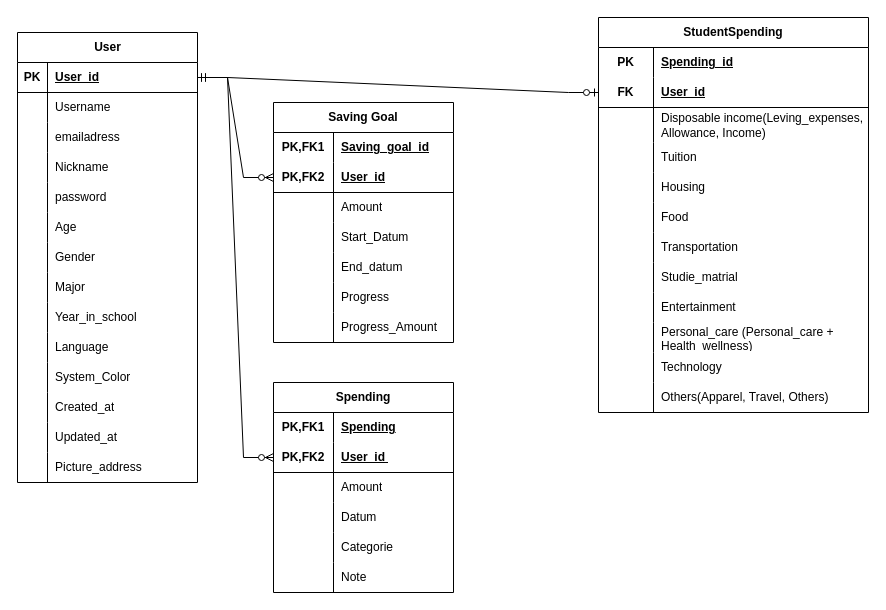
Above: ER Diagram.drawio in Yihui-Peng/EasySave (draw.io), before the change. Source tidied: cells renumbered, new cells numbered last; positions are measured from the earlier drawing's top-left corner, leaving out a move shared by most shapes. Both pictures are drawn from the tidied source at 100%, with x=0, y=0 at pixel (17, 17).
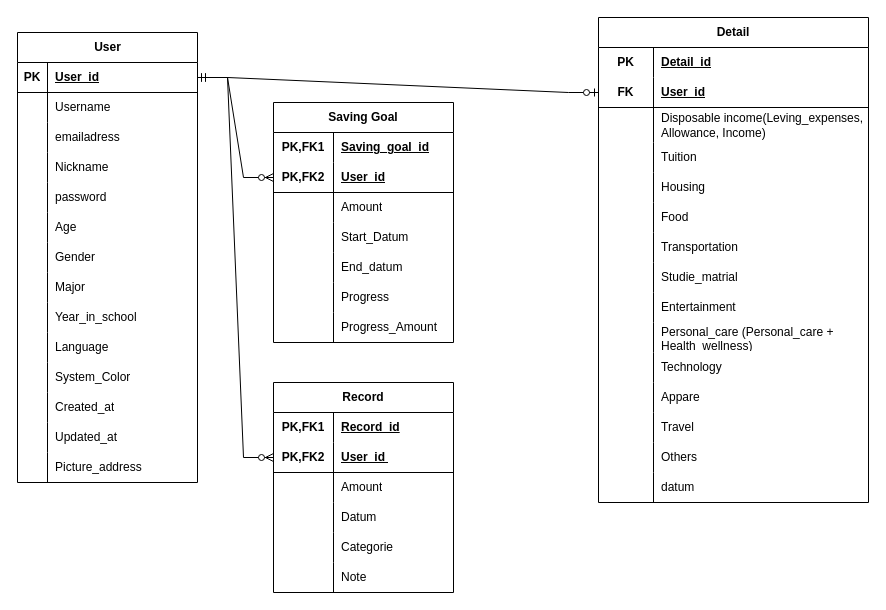
The same diagram, later.

The change refers to these unchanged cells:
```xml
<mxCell id="46" style="shape=tableRow;horizontal=0;startSize=0;swimlaneHead=0;swimlaneBody=0;fillColor=none;top=0;left=0;right=0;bottom=0;html=1;" parent="45" vertex="1">
  <mxGeometry y="30" width="270" height="30" as="geometry" />
</mxCell>
<mxCell id="84" style="shape=tableRow;horizontal=0;startSize=0;swimlaneHead=0;swimlaneBody=0;fillColor=none;top=0;left=0;right=0;bottom=0;html=1;" parent="83" vertex="1">
  <mxGeometry y="30" width="180" height="30" as="geometry" />
</mxCell>
```

What changed in the source:
```diff
@@
-    <mxCell id="45" value="StudentSpending" style="shape=table;startSize=30;childLayout=tableLayout;rowLines=0;fontStyle=1;align=center;html=1;whiteSpace=wrap;" parent="1" vertex="1">
-      <mxGeometry x="581" width="270" height="395" as="geometry" />
+    <mxCell id="45" value="Detail" style="shape=table;startSize=30;childLayout=tableLayout;rowLines=0;fontStyle=1;align=center;html=1;whiteSpace=wrap;" parent="1" vertex="1">
+      <mxGeometry x="581" width="270" height="485" as="geometry" />
     </mxCell>
@@
-    <mxCell id="48" value="Spending_id" style="shape=partialRectangle;fillColor=none;top=0;left=0;bottom=0;right=0;align=left;spacingLeft=6;fontStyle=5;overflow=hidden;html=1;whiteSpace=wrap;" parent="46" vertex="1">
+    <mxCell id="48" value="Detail_id" style="shape=partialRectangle;fillColor=none;top=0;left=0;bottom=0;right=0;align=left;spacingLeft=6;fontStyle=5;overflow=hidden;html=1;whiteSpace=wrap;" parent="46" vertex="1">
       <mxGeometry x="55" width="215" height="30" as="geometry" />
     </mxCell>
@@
+    <mxCell id="126" style="shape=tableRow;horizontal=0;startSize=0;swimlaneHead=0;swimlaneBody=0;fillColor=none;top=0;left=0;right=0;bottom=0;html=1;" parent="45" vertex="1">
+      <mxGeometry y="365" width="270" height="30" as="geometry" />
+    </mxCell>
+    <mxCell id="127" style="shape=partialRectangle;fillColor=none;top=0;left=0;bottom=0;right=0;overflow=hidden;html=1;whiteSpace=wrap;" parent="126" vertex="1">
+      <mxGeometry width="55" height="30" as="geometry" />
+    </mxCell>
+    <mxCell id="128" value="Appare" style="shape=partialRectangle;fillColor=none;top=0;left=0;bottom=0;right=0;align=left;spacingLeft=6;overflow=hidden;html=1;whiteSpace=wrap;" parent="126" vertex="1">
+      <mxGeometry x="55" width="215" height="30" as="geometry" />
+    </mxCell>
+    <mxCell id="129" style="shape=tableRow;horizontal=0;startSize=0;swimlaneHead=0;swimlaneBody=0;fillColor=none;top=0;left=0;right=0;bottom=0;html=1;" parent="45" vertex="1">
+      <mxGeometry y="395" width="270" height="30" as="geometry" />
+    </mxCell>
+    <mxCell id="130" style="shape=partialRectangle;fillColor=none;top=0;left=0;bottom=0;right=0;overflow=hidden;html=1;whiteSpace=wrap;" parent="129" vertex="1">
+      <mxGeometry width="55" height="30" as="geometry" />
+    </mxCell>
+    <mxCell id="131" value="Travel" style="shape=partialRectangle;fillColor=none;top=0;left=0;bottom=0;right=0;align=left;spacingLeft=6;overflow=hidden;html=1;whiteSpace=wrap;" parent="129" vertex="1">
+      <mxGeometry x="55" width="215" height="30" as="geometry" />
+    </mxCell>
     <mxCell id="79" style="shape=tableRow;horizontal=0;startSize=0;swimlaneHead=0;swimlaneBody=0;fillColor=none;top=0;left=0;right=0;bottom=0;html=1;" parent="45" vertex="1">
-      <mxGeometry y="365" width="270" height="30" as="geometry" />
+      <mxGeometry y="425" width="270" height="30" as="geometry" />
     </mxCell>
@@
-    <mxCell id="81" value="Others(Apparel, Travel, Others)" style="shape=partialRectangle;fillColor=none;top=0;left=0;bottom=0;right=0;align=left;spacingLeft=6;overflow=hidden;html=1;whiteSpace=wrap;" parent="79" vertex="1">
+    <mxCell id="81" value="Others" style="shape=partialRectangle;fillColor=none;top=0;left=0;bottom=0;right=0;align=left;spacingLeft=6;overflow=hidden;html=1;whiteSpace=wrap;" parent="79" vertex="1">
       <mxGeometry x="55" width="215" height="30" as="geometry" />
     </mxCell>
+    <mxCell id="132" style="shape=tableRow;horizontal=0;startSize=0;swimlaneHead=0;swimlaneBody=0;fillColor=none;top=0;left=0;right=0;bottom=0;html=1;" parent="45" vertex="1">
+      <mxGeometry y="455" width="270" height="30" as="geometry" />
+    </mxCell>
+    <mxCell id="133" style="shape=partialRectangle;fillColor=none;top=0;left=0;bottom=0;right=0;overflow=hidden;html=1;whiteSpace=wrap;" parent="132" vertex="1">
+      <mxGeometry width="55" height="30" as="geometry" />
+    </mxCell>
+    <mxCell id="134" value="datum" style="shape=partialRectangle;fillColor=none;top=0;left=0;bottom=0;right=0;align=left;spacingLeft=6;overflow=hidden;html=1;whiteSpace=wrap;" parent="132" vertex="1">
+      <mxGeometry x="55" width="215" height="30" as="geometry" />
+    </mxCell>
@@
-    <mxCell id="83" value="Spending" style="shape=table;startSize=30;childLayout=tableLayout;rowLines=0;fontStyle=1;align=center;html=1;whiteSpace=wrap;" parent="1" vertex="1">
+    <mxCell id="83" value="Record" style="shape=table;startSize=30;childLayout=tableLayout;rowLines=0;fontStyle=1;align=center;html=1;whiteSpace=wrap;" parent="1" vertex="1">
       <mxGeometry x="256" y="365" width="180" height="210" as="geometry" />
     </mxCell>
@@
-    <mxCell id="86" value="Spending" style="shape=partialRectangle;fillColor=none;top=0;left=0;bottom=0;right=0;align=left;spacingLeft=6;fontStyle=5;overflow=hidden;html=1;whiteSpace=wrap;" parent="84" vertex="1">
+    <mxCell id="86" value="Record_id" style="shape=partialRectangle;fillColor=none;top=0;left=0;bottom=0;right=0;align=left;spacingLeft=6;fontStyle=5;overflow=hidden;html=1;whiteSpace=wrap;" parent="84" vertex="1">
       <mxGeometry x="60" width="120" height="30" as="geometry" />
     </mxCell>
```
